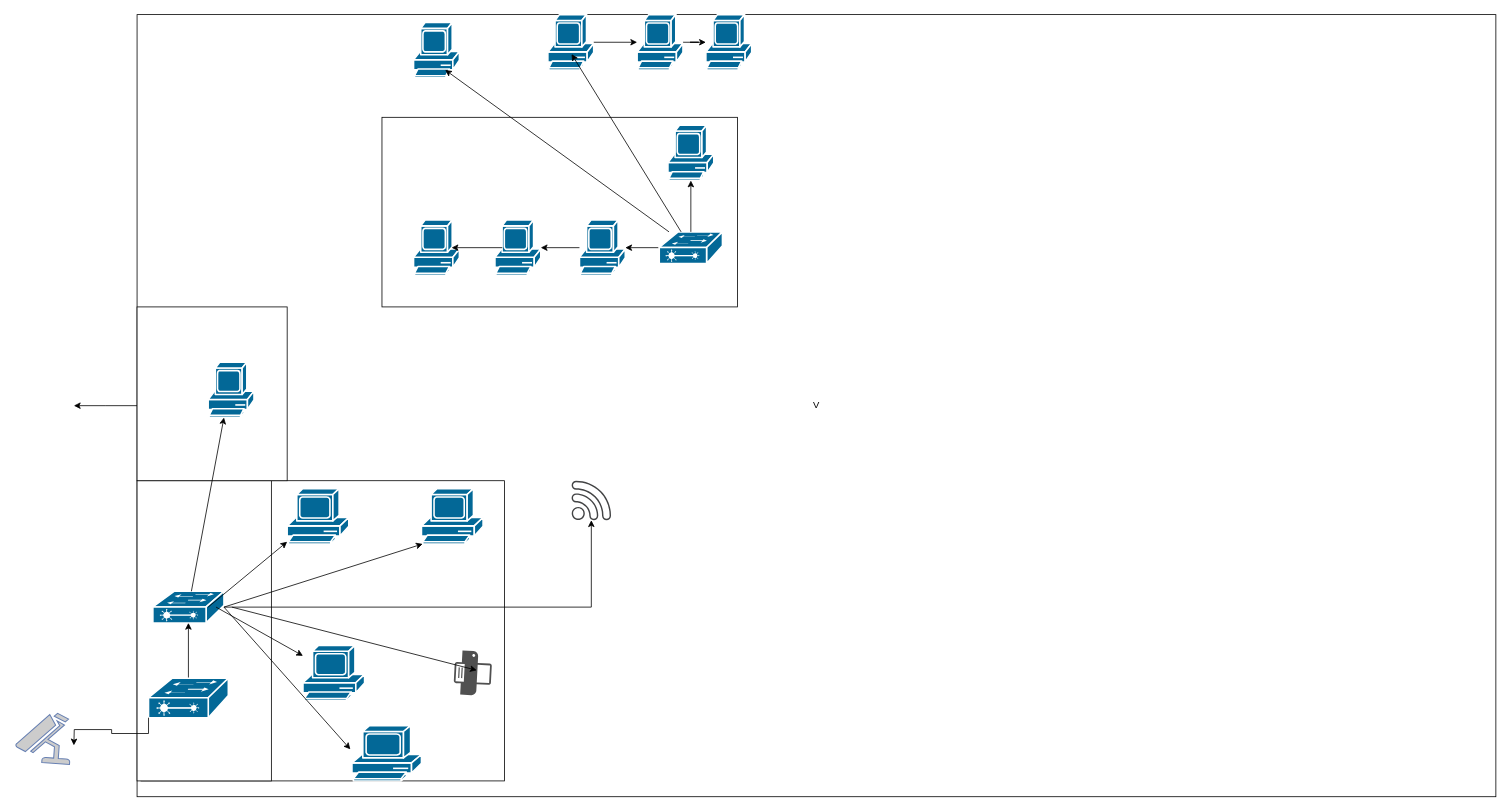
GabrielBuenoSathler/mapa-de-rede keeps this draw.io diagram as Untitled Diagram.drawio. Above is the earlier version. Source tidied: cells renumbered, new cells numbered last; positions are measured from the earlier drawing's top-left corner, leaving out a move shared by most shapes. Both pictures are drawn from the tidied source at 79%, with x=0, y=0 at pixel (18, 14).
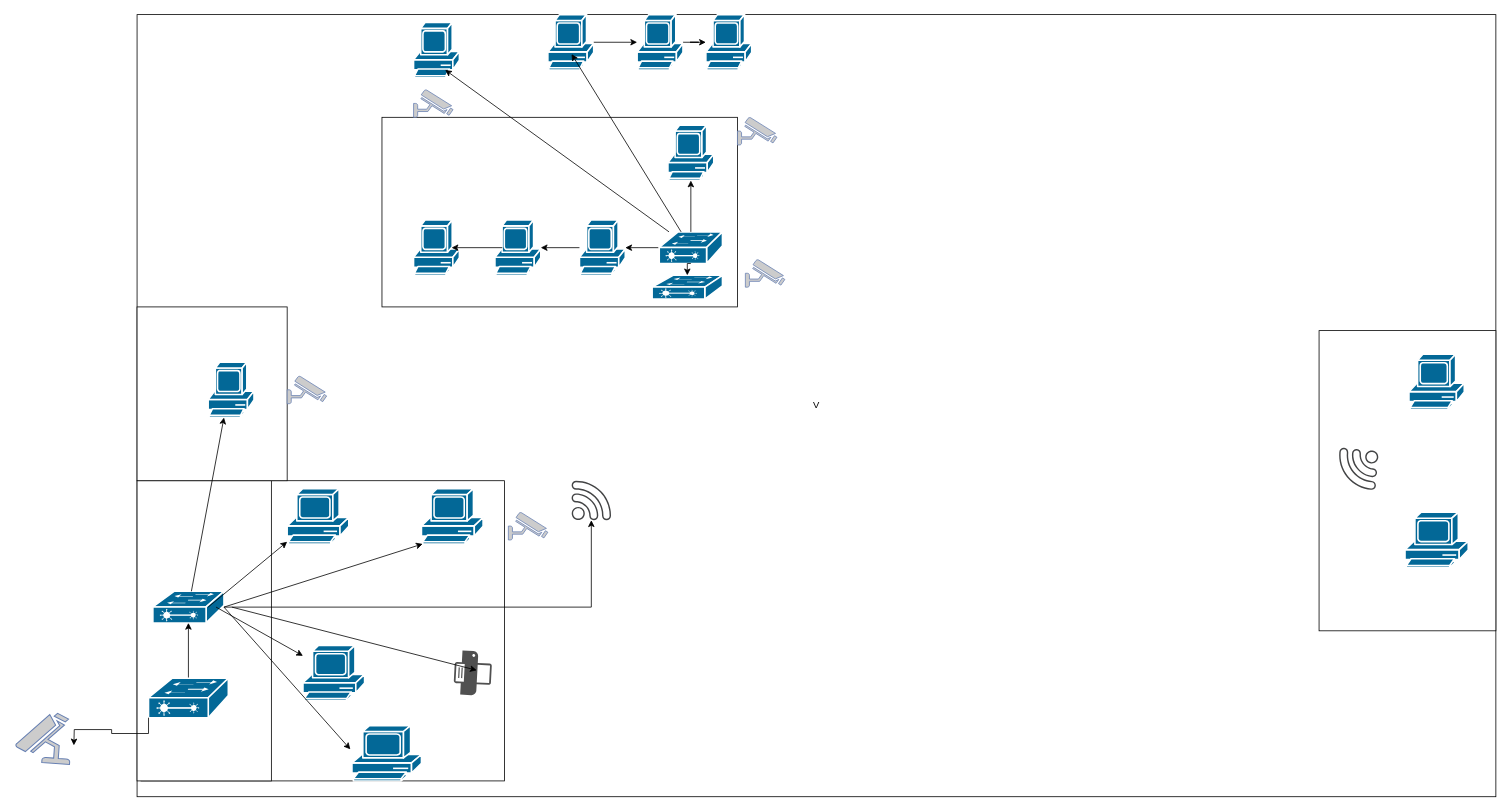
Above is the later version.

The change refers to these unchanged cells:
```xml
<mxCell id="3" value="V" style="rounded=0;whiteSpace=wrap;html=1;" parent="1" vertex="1">
  <mxGeometry x="150" width="1720" height="990" as="geometry" />
</mxCell>
<mxCell id="24" style="strokeColor=#ffffff;sketch=0;html=1;dashed=0;fillColor=#036897;strokeWidth=2;verticalLabelPosition=bottom;verticalAlign=top;align=center;outlineConnect=0;shape=mxgraph.cisco.switches.layer_2_remote_switch;" parent="1" vertex="1">
  <mxGeometry x="811" y="275" width="80" height="40" as="geometry" />
</mxCell>
```

Diff of the diagram source:
```diff
@@
-    <mxCell id="2" style="edgeStyle=orthogonalEdgeStyle;rounded=0;jettySize=auto;html=1;" parent="1" edge="1" source="3">
-      <mxGeometry relative="1" as="geometry">
-        <mxPoint x="70" y="495" as="targetPoint" />
-      </mxGeometry>
-    </mxCell>
@@
+    <mxCell id="44" style="rounded=0;whiteSpace=wrap;html=1;rotation=90;" parent="1" vertex="1">
+      <mxGeometry x="1568.1" y="478.1" width="380" height="223.8" as="geometry" />
+    </mxCell>
+    <mxCell id="45" style="sketch=0;html=1;dashed=0;fillColor=#036897;strokeColor=#ffffff;strokeWidth=2;verticalLabelPosition=bottom;verticalAlign=top;align=center;shape=mxgraph.cisco.computers_and_peripherals.pc;" parent="1" vertex="1">
+      <mxGeometry x="1760" y="430" width="70" height="70" as="geometry" />
+    </mxCell>
+    <mxCell id="46" style="sketch=0;html=1;dashed=0;fillColor=#036897;strokeColor=#ffffff;strokeWidth=2;verticalLabelPosition=bottom;verticalAlign=top;align=center;shape=mxgraph.cisco.computers_and_peripherals.pc;" parent="1" vertex="1">
+      <mxGeometry x="1755" y="630" width="80" height="70" as="geometry" />
+    </mxCell>
+    <mxCell id="47" style="sketch=0;shadow=0;dashed=0;html=1;strokeColor=none;fillColor=#434445;labelPosition=center;verticalLabelPosition=bottom;verticalAlign=top;align=center;shape=mxgraph.vvd.wi_fi;rotation=-175;" parent="1" vertex="1">
+      <mxGeometry x="1670" y="550" width="50" height="50" as="geometry" />
+    </mxCell>
+    <mxCell id="48" style="strokeColor=#ffffff;sketch=0;html=1;dashed=0;fillColor=#036897;strokeWidth=2;verticalLabelPosition=bottom;verticalAlign=top;align=center;outlineConnect=0;shape=mxgraph.cisco.switches.layer_2_remote_switch;" parent="1" vertex="1">
+      <mxGeometry x="802" y="330" width="89" height="30" as="geometry" />
+    </mxCell>
+    <mxCell id="49" style="edgeStyle=orthogonalEdgeStyle;rounded=0;jettySize=auto;html=1;exitX=0.5;exitY=1;exitDx=0;exitDy=0;exitPerimeter=0;entryX=0.5;entryY=0;entryDx=0;entryDy=0;entryPerimeter=0;" parent="1" edge="1" source="24" target="48">
+      <mxGeometry relative="1" as="geometry" />
+    </mxCell>
+    <mxCell id="50" style="fontColor=#0066CC;verticalAlign=top;verticalLabelPosition=bottom;labelPosition=center;align=center;html=1;fillColor=#CCCCCC;strokeColor=#6881B3;gradientColor=none;gradientDirection=north;strokeWidth=2;shape=mxgraph.networks.security_camera;" parent="1" vertex="1">
+      <mxGeometry x="920" y="310" width="50" height="35" as="geometry" />
+    </mxCell>
+    <mxCell id="51" style="fontColor=#0066CC;verticalAlign=top;verticalLabelPosition=bottom;labelPosition=center;align=center;html=1;fillColor=#CCCCCC;strokeColor=#6881B3;gradientColor=none;gradientDirection=north;strokeWidth=2;shape=mxgraph.networks.security_camera;" parent="1" vertex="1">
+      <mxGeometry x="500" y="95" width="50" height="35" as="geometry" />
+    </mxCell>
+    <mxCell id="52" style="fontColor=#0066CC;verticalAlign=top;verticalLabelPosition=bottom;labelPosition=center;align=center;html=1;fillColor=#CCCCCC;strokeColor=#6881B3;gradientColor=none;gradientDirection=north;strokeWidth=2;shape=mxgraph.networks.security_camera;" parent="1" vertex="1">
+      <mxGeometry x="910" y="130" width="50" height="35" as="geometry" />
+    </mxCell>
+    <mxCell id="53" style="fontColor=#0066CC;verticalAlign=top;verticalLabelPosition=bottom;labelPosition=center;align=center;html=1;fillColor=#CCCCCC;strokeColor=#6881B3;gradientColor=none;gradientDirection=north;strokeWidth=2;shape=mxgraph.networks.security_camera;" parent="1" vertex="1">
+      <mxGeometry x="620" y="630" width="50" height="35" as="geometry" />
+    </mxCell>
+    <mxCell id="54" style="fontColor=#0066CC;verticalAlign=top;verticalLabelPosition=bottom;labelPosition=center;align=center;html=1;fillColor=#CCCCCC;strokeColor=#6881B3;gradientColor=none;gradientDirection=north;strokeWidth=2;shape=mxgraph.networks.security_camera;" parent="1" vertex="1">
+      <mxGeometry x="340" y="457.5" width="50" height="35" as="geometry" />
+    </mxCell>
```
